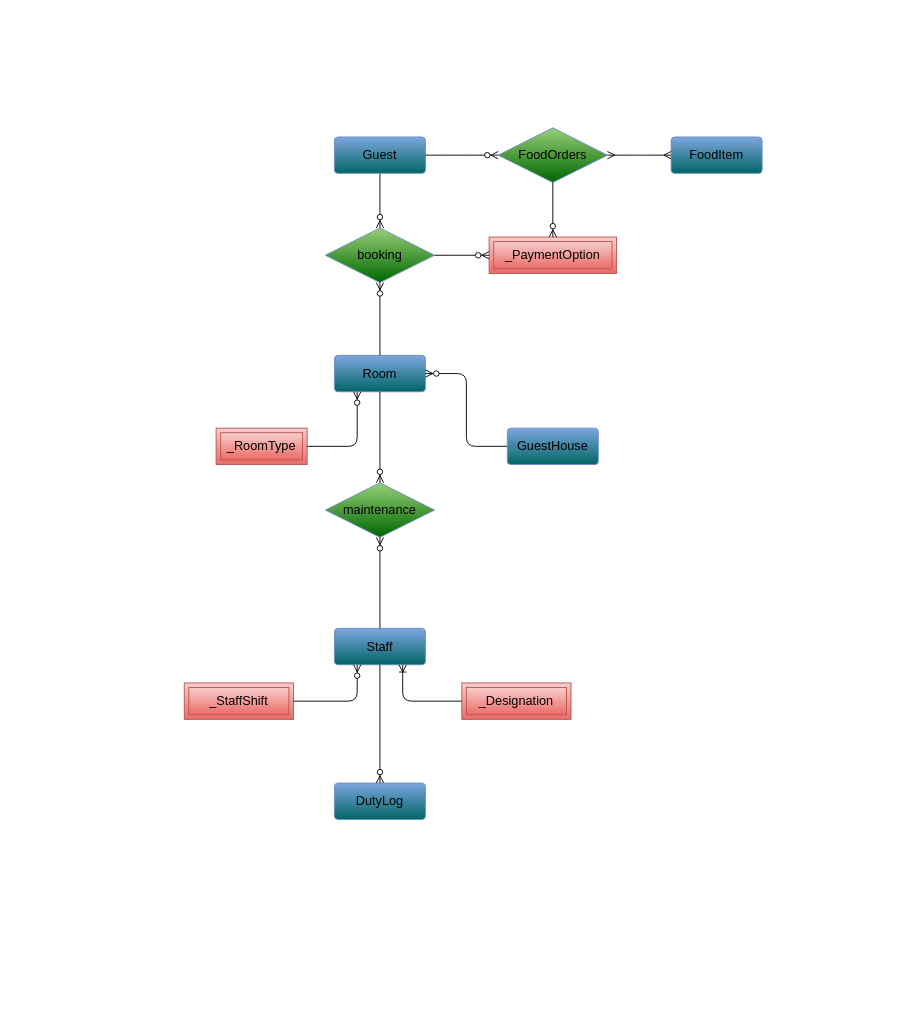
Above: page "GuestHouse Services ER" (1 of 2) of ER-diagram.drawio in RupakBiswas-2304/dbmsminiproject (draw.io), before the change. Source tidied: cells renumbered, new cells numbered last; positions are measured from the earlier drawing's top-left corner, leaving out a move shared by most shapes. Both pictures are drawn from the tidied source at 91%, with x=0, y=0 at pixel (184, 127).
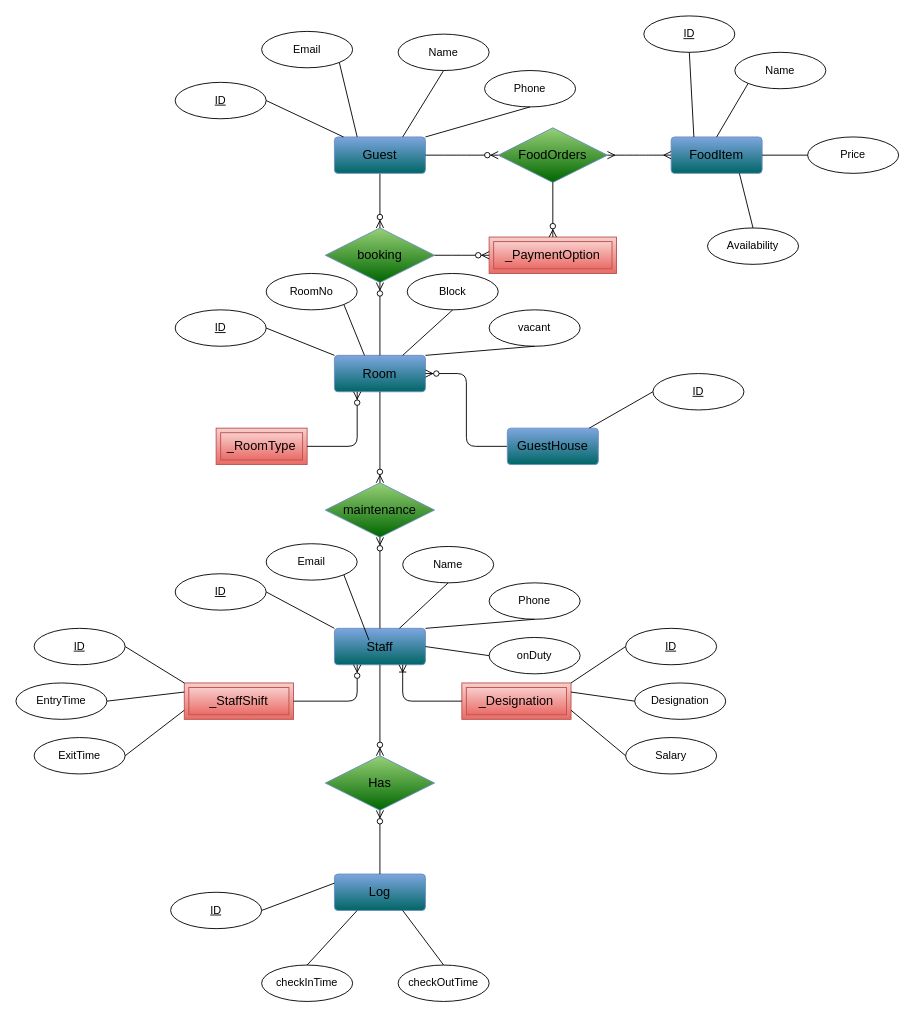
Above is the later version.

Commit message (it also covers changes not shown here):
er diagram for guesthouse

The change refers to these unchanged cells:
```xml
<mxCell id="2" value="Room" style="rounded=1;arcSize=10;whiteSpace=wrap;html=1;align=center;fillColor=#006666;strokeColor=#6c8ebf;fontFamily=JetBrains Mono;fontSize=14;gradientColor=#7EA6E0;gradientDirection=north;" parent="1" vertex="1">
  <mxGeometry x="165" y="250" width="100" height="40" as="geometry" />
</mxCell>
<mxCell id="9" value="Guest" style="rounded=1;arcSize=10;whiteSpace=wrap;html=1;align=center;fillColor=#006666;strokeColor=#6c8ebf;fontFamily=JetBrains Mono;fontSize=14;gradientColor=#7EA6E0;gradientDirection=north;" parent="1" vertex="1">
  <mxGeometry x="165" y="10" width="100" height="40" as="geometry" />
</mxCell>
<mxCell id="10" value="GuestHouse" style="rounded=1;arcSize=10;whiteSpace=wrap;html=1;align=center;fillColor=#006666;strokeColor=#6c8ebf;fontFamily=JetBrains Mono;fontSize=14;gradientColor=#7EA6E0;gradientDirection=north;" parent="1" vertex="1">
  <mxGeometry x="355" y="330" width="100" height="40" as="geometry" />
</mxCell>
<mxCell id="11" value="Staff" style="rounded=1;arcSize=10;whiteSpace=wrap;html=1;align=center;fillColor=#006666;strokeColor=#6c8ebf;fontFamily=JetBrains Mono;fontSize=14;gradientColor=#7EA6E0;gradientDirection=north;" parent="1" vertex="1">
  <mxGeometry x="165" y="550" width="100" height="40" as="geometry" />
</mxCell>
<mxCell id="15" value="_Designation&lt;br&gt;" style="shape=ext;margin=3;double=1;whiteSpace=wrap;html=1;align=center;fillColor=#f8cecc;strokeColor=#b85450;gradientDirection=south;gradientColor=#ea6b66;fontFamily=JetBrains Mono;fontStyle=0;fontSize=14;" parent="1" vertex="1">
  <mxGeometry x="305" y="610" width="120" height="40" as="geometry" />
</mxCell>
<mxCell id="17" value="_StaffShift" style="shape=ext;margin=3;double=1;whiteSpace=wrap;html=1;align=center;fillColor=#f8cecc;strokeColor=#b85450;gradientDirection=south;gradientColor=#ea6b66;fontFamily=JetBrains Mono;fontStyle=0;fontSize=14;" parent="1" vertex="1">
  <mxGeometry y="610" width="120" height="40" as="geometry" />
</mxCell>
<mxCell id="21" value="FoodItem" style="rounded=1;arcSize=10;whiteSpace=wrap;html=1;align=center;fillColor=#006666;strokeColor=#6c8ebf;fontFamily=JetBrains Mono;fontSize=14;gradientColor=#7EA6E0;gradientDirection=north;" parent="1" vertex="1">
  <mxGeometry x="535" y="10" width="100" height="40" as="geometry" />
</mxCell>
```

What changed in the source:
```diff
@@
-    <mxCell id="19" value="DutyLog" style="rounded=1;arcSize=10;whiteSpace=wrap;html=1;align=center;fillColor=#006666;strokeColor=#6c8ebf;fontFamily=JetBrains Mono;fontSize=14;gradientColor=#7EA6E0;gradientDirection=north;" parent="1" vertex="1">
-      <mxGeometry x="165" y="720" width="100" height="40" as="geometry" />
+    <mxCell id="19" value="Log" style="rounded=1;arcSize=10;whiteSpace=wrap;html=1;align=center;fillColor=#006666;strokeColor=#6c8ebf;fontFamily=JetBrains Mono;fontSize=14;gradientColor=#7EA6E0;gradientDirection=north;" parent="1" vertex="1">
+      <mxGeometry x="165" y="820" width="100" height="40" as="geometry" />
     </mxCell>
-    <mxCell id="20" style="edgeStyle=orthogonalEdgeStyle;fontSize=12;html=1;endArrow=ERzeroToMany;endFill=1;entryX=0.5;entryY=0;entryDx=0;entryDy=0;exitX=0.5;exitY=1;exitDx=0;exitDy=0;" parent="1" edge="1" source="11" target="19">
+    <mxCell id="20" style="edgeStyle=orthogonalEdgeStyle;fontSize=12;html=1;endArrow=ERzeroToMany;endFill=1;exitX=0.5;exitY=1;exitDx=0;exitDy=0;entryX=0.5;entryY=0;entryDx=0;entryDy=0;" parent="1" edge="1" source="11" target="44">
       <mxGeometry relative="1" as="geometry" />
     </mxCell>
@@
+    <mxCell id="28" value="ID" style="ellipse;whiteSpace=wrap;html=1;align=center;fontStyle=4;" parent="1" vertex="1">
+      <mxGeometry x="485" y="550" width="100" height="40" as="geometry" />
+    </mxCell>
+    <mxCell id="29" style="endArrow=none;html=1;rounded=0;entryX=0;entryY=0.5;entryDx=0;entryDy=0;exitX=1;exitY=0;exitDx=0;exitDy=0;" parent="1" edge="1" source="15" target="28">
+      <mxGeometry relative="1" as="geometry" />
+    </mxCell>
+    <mxCell id="30" value="ID" style="ellipse;whiteSpace=wrap;html=1;align=center;fontStyle=4;" parent="1" vertex="1">
+      <mxGeometry x="515" y="270" width="100" height="40" as="geometry" />
+    </mxCell>
+    <mxCell id="31" style="endArrow=none;html=1;rounded=0;entryX=0;entryY=0.5;entryDx=0;entryDy=0;exitX=0.9;exitY=0;exitDx=0;exitDy=0;exitPerimeter=0;" parent="1" edge="1" source="10" target="30">
+      <mxGeometry relative="1" as="geometry" />
+    </mxCell>
+    <mxCell id="32" value="Designation" style="ellipse;whiteSpace=wrap;html=1;align=center;" parent="1" vertex="1">
+      <mxGeometry x="495" y="610" width="100" height="40" as="geometry" />
+    </mxCell>
+    <mxCell id="33" style="endArrow=none;html=1;rounded=0;entryX=0;entryY=0.5;entryDx=0;entryDy=0;exitX=1;exitY=0.25;exitDx=0;exitDy=0;" parent="1" edge="1" source="15" target="32">
+      <mxGeometry relative="1" as="geometry" />
+    </mxCell>
+    <mxCell id="34" value="Salary" style="ellipse;whiteSpace=wrap;html=1;align=center;" parent="1" vertex="1">
+      <mxGeometry x="485" y="670" width="100" height="40" as="geometry" />
+    </mxCell>
+    <mxCell id="35" style="endArrow=none;html=1;rounded=0;entryX=0;entryY=0.5;entryDx=0;entryDy=0;exitX=1;exitY=0.75;exitDx=0;exitDy=0;" parent="1" edge="1" source="15" target="34">
+      <mxGeometry relative="1" as="geometry" />
+    </mxCell>
+    <mxCell id="36" value="ID" style="ellipse;whiteSpace=wrap;html=1;align=center;fontStyle=4;" parent="1" vertex="1">
+      <mxGeometry x="-165" y="550" width="100" height="40" as="geometry" />
+    </mxCell>
+    <mxCell id="37" style="endArrow=none;html=1;rounded=0;exitX=0;exitY=0;exitDx=0;exitDy=0;entryX=1;entryY=0.5;entryDx=0;entryDy=0;" parent="1" edge="1" source="17" target="36">
+      <mxGeometry relative="1" as="geometry" />
+    </mxCell>
+    <mxCell id="38" value="EntryTime" style="ellipse;whiteSpace=wrap;html=1;align=center;" parent="1" vertex="1">
+      <mxGeometry x="-185" y="610" width="100" height="40" as="geometry" />
+    </mxCell>
+    <mxCell id="39" style="endArrow=none;html=1;rounded=0;entryX=1;entryY=0.5;entryDx=0;entryDy=0;exitX=0;exitY=0.25;exitDx=0;exitDy=0;" parent="1" edge="1" source="17" target="38">
+      <mxGeometry relative="1" as="geometry" />
+    </mxCell>
+    <mxCell id="40" value="ExitTime" style="ellipse;whiteSpace=wrap;html=1;align=center;" parent="1" vertex="1">
+      <mxGeometry x="-165" y="670" width="100" height="40" as="geometry" />
+    </mxCell>
+    <mxCell id="41" style="endArrow=none;html=1;rounded=0;entryX=1;entryY=0.5;entryDx=0;entryDy=0;exitX=0;exitY=0.75;exitDx=0;exitDy=0;" parent="1" edge="1" source="17" target="40">
+      <mxGeometry relative="1" as="geometry" />
+    </mxCell>
+    <mxCell id="42" value="ID" style="ellipse;whiteSpace=wrap;html=1;align=center;fontStyle=4;" parent="1" vertex="1">
+      <mxGeometry x="-15" y="840" width="100" height="40" as="geometry" />
+    </mxCell>
+    <mxCell id="43" style="endArrow=none;html=1;rounded=0;exitX=0;exitY=0.25;exitDx=0;exitDy=0;entryX=1;entryY=0.5;entryDx=0;entryDy=0;" parent="1" edge="1" source="19" target="42">
+      <mxGeometry relative="1" as="geometry" />
+    </mxCell>
+    <mxCell id="44" value="Has" style="shape=rhombus;perimeter=rhombusPerimeter;whiteSpace=wrap;html=1;align=center;fillColor=#006600;strokeColor=#6c8ebf;fontFamily=JetBrains Mono;fontSize=14;gradientColor=#97D077;gradientDirection=north;" parent="1" vertex="1">
+      <mxGeometry x="155" y="690" width="120" height="60" as="geometry" />
+    </mxCell>
+    <mxCell id="45" style="edgeStyle=orthogonalEdgeStyle;fontSize=12;html=1;endArrow=ERzeroToMany;endFill=1;exitX=0.5;exitY=0;exitDx=0;exitDy=0;entryX=0.5;entryY=1;entryDx=0;entryDy=0;" parent="1" edge="1" source="19" target="44">
+      <mxGeometry relative="1" as="geometry" />
+    </mxCell>
+    <mxCell id="46" value="checkInTime" style="ellipse;whiteSpace=wrap;html=1;align=center;" parent="1" vertex="1">
+      <mxGeometry x="85" y="920" width="100" height="40" as="geometry" />
+    </mxCell>
+    <mxCell id="47" style="endArrow=none;html=1;rounded=0;exitX=0.25;exitY=1;exitDx=0;exitDy=0;entryX=0.5;entryY=0;entryDx=0;entryDy=0;" parent="1" edge="1" source="19" target="46">
+      <mxGeometry relative="1" as="geometry" />
+    </mxCell>
+    <mxCell id="48" value="checkOutTime" style="ellipse;whiteSpace=wrap;html=1;align=center;" parent="1" vertex="1">
+      <mxGeometry x="235" y="920" width="100" height="40" as="geometry" />
+    </mxCell>
+    <mxCell id="49" style="endArrow=none;html=1;rounded=0;exitX=0.75;exitY=1;exitDx=0;exitDy=0;entryX=0.5;entryY=0;entryDx=0;entryDy=0;" parent="1" edge="1" source="19" target="48">
+      <mxGeometry relative="1" as="geometry" />
+    </mxCell>
+    <mxCell id="50" value="ID" style="ellipse;whiteSpace=wrap;html=1;align=center;fontStyle=4;" parent="1" vertex="1">
+      <mxGeometry x="-10" y="490" width="100" height="40" as="geometry" />
+    </mxCell>
+    <mxCell id="51" style="endArrow=none;html=1;rounded=0;exitX=0;exitY=0;exitDx=0;exitDy=0;entryX=1;entryY=0.5;entryDx=0;entryDy=0;" parent="1" edge="1" source="11" target="50">
+      <mxGeometry relative="1" as="geometry" />
+    </mxCell>
+    <mxCell id="52" value="Name" style="ellipse;whiteSpace=wrap;html=1;align=center;" parent="1" vertex="1">
+      <mxGeometry x="240" y="460" width="100" height="40" as="geometry" />
+    </mxCell>
+    <mxCell id="53" style="endArrow=none;html=1;rounded=0;entryX=0.5;entryY=1;entryDx=0;entryDy=0;" parent="1" edge="1" source="11" target="52">
+      <mxGeometry relative="1" as="geometry" />
+    </mxCell>
+    <mxCell id="54" value="Email" style="ellipse;whiteSpace=wrap;html=1;align=center;" parent="1" vertex="1">
+      <mxGeometry x="90" y="457" width="100" height="40" as="geometry" />
+    </mxCell>
+    <mxCell id="55" style="endArrow=none;html=1;rounded=0;entryX=1;entryY=1;entryDx=0;entryDy=0;exitX=0.33;exitY=-0.1;exitDx=0;exitDy=0;exitPerimeter=0;" parent="1" edge="1" target="54">
+      <mxGeometry relative="1" as="geometry">
+        <mxPoint x="203" y="563" as="sourcePoint" />
+      </mxGeometry>
+    </mxCell>
+    <mxCell id="56" value="Phone" style="ellipse;whiteSpace=wrap;html=1;align=center;" parent="1" vertex="1">
+      <mxGeometry x="335" y="500" width="100" height="40" as="geometry" />
+    </mxCell>
+    <mxCell id="57" style="endArrow=none;html=1;rounded=0;entryX=0.5;entryY=1;entryDx=0;entryDy=0;exitX=1;exitY=0;exitDx=0;exitDy=0;" parent="1" edge="1" source="11" target="56">
+      <mxGeometry relative="1" as="geometry" />
+    </mxCell>
+    <mxCell id="58" value="onDuty" style="ellipse;whiteSpace=wrap;html=1;align=center;" parent="1" vertex="1">
+      <mxGeometry x="335" y="560" width="100" height="40" as="geometry" />
+    </mxCell>
+    <mxCell id="59" style="endArrow=none;html=1;rounded=0;entryX=0;entryY=0.5;entryDx=0;entryDy=0;exitX=1;exitY=0.5;exitDx=0;exitDy=0;" parent="1" edge="1" source="11" target="58">
+      <mxGeometry relative="1" as="geometry" />
+    </mxCell>
+    <mxCell id="60" value="ID" style="ellipse;whiteSpace=wrap;html=1;align=center;fontStyle=4;" parent="1" vertex="1">
+      <mxGeometry x="-10" y="200" width="100" height="40" as="geometry" />
+    </mxCell>
+    <mxCell id="61" style="endArrow=none;html=1;rounded=0;exitX=0;exitY=0;exitDx=0;exitDy=0;entryX=1;entryY=0.5;entryDx=0;entryDy=0;" parent="1" edge="1" source="2" target="60">
+      <mxGeometry relative="1" as="geometry" />
+    </mxCell>
+    <mxCell id="62" value="Block" style="ellipse;whiteSpace=wrap;html=1;align=center;" parent="1" vertex="1">
+      <mxGeometry x="245" y="160" width="100" height="40" as="geometry" />
+    </mxCell>
+    <mxCell id="63" style="endArrow=none;html=1;rounded=0;entryX=0.5;entryY=1;entryDx=0;entryDy=0;exitX=0.75;exitY=0;exitDx=0;exitDy=0;" parent="1" edge="1" source="2" target="62">
+      <mxGeometry relative="1" as="geometry" />
+    </mxCell>
+    <mxCell id="64" value="RoomNo" style="ellipse;whiteSpace=wrap;html=1;align=center;" parent="1" vertex="1">
+      <mxGeometry x="90" y="160" width="100" height="40" as="geometry" />
+    </mxCell>
+    <mxCell id="65" style="endArrow=none;html=1;rounded=0;entryX=1;entryY=1;entryDx=0;entryDy=0;" parent="1" edge="1" target="64">
+      <mxGeometry relative="1" as="geometry">
+        <mxPoint x="198" y="250" as="sourcePoint" />
+      </mxGeometry>
+    </mxCell>
+    <mxCell id="66" value="vacant" style="ellipse;whiteSpace=wrap;html=1;align=center;" parent="1" vertex="1">
+      <mxGeometry x="335" y="200" width="100" height="40" as="geometry" />
+    </mxCell>
+    <mxCell id="67" style="endArrow=none;html=1;rounded=0;entryX=0.5;entryY=1;entryDx=0;entryDy=0;exitX=1;exitY=0;exitDx=0;exitDy=0;" parent="1" edge="1" source="2" target="66">
+      <mxGeometry relative="1" as="geometry" />
+    </mxCell>
+    <mxCell id="68" value="ID" style="ellipse;whiteSpace=wrap;html=1;align=center;fontStyle=4;" parent="1" vertex="1">
+      <mxGeometry x="-10" y="-50" width="100" height="40" as="geometry" />
+    </mxCell>
+    <mxCell id="69" style="endArrow=none;html=1;rounded=0;exitX=0.1;exitY=0;exitDx=0;exitDy=0;entryX=1;entryY=0.5;entryDx=0;entryDy=0;exitPerimeter=0;" parent="1" edge="1" source="9" target="68">
+      <mxGeometry relative="1" as="geometry" />
+    </mxCell>
+    <mxCell id="70" value="Name" style="ellipse;whiteSpace=wrap;html=1;align=center;" parent="1" vertex="1">
+      <mxGeometry x="235" y="-103" width="100" height="40" as="geometry" />
+    </mxCell>
+    <mxCell id="71" style="endArrow=none;html=1;rounded=0;entryX=0.5;entryY=1;entryDx=0;entryDy=0;exitX=0.75;exitY=0;exitDx=0;exitDy=0;" parent="1" edge="1" source="9" target="70">
+      <mxGeometry relative="1" as="geometry" />
+    </mxCell>
+    <mxCell id="72" value="Email" style="ellipse;whiteSpace=wrap;html=1;align=center;" parent="1" vertex="1">
+      <mxGeometry x="85" y="-106" width="100" height="40" as="geometry" />
+    </mxCell>
+    <mxCell id="73" style="endArrow=none;html=1;rounded=0;entryX=1;entryY=1;entryDx=0;entryDy=0;exitX=0.25;exitY=0;exitDx=0;exitDy=0;" parent="1" edge="1" source="9" target="72">
+      <mxGeometry relative="1" as="geometry" />
+    </mxCell>
+    <mxCell id="74" value="Phone" style="ellipse;whiteSpace=wrap;html=1;align=center;" parent="1" vertex="1">
+      <mxGeometry x="330" y="-63" width="100" height="40" as="geometry" />
+    </mxCell>
+    <mxCell id="75" style="endArrow=none;html=1;rounded=0;entryX=0.5;entryY=1;entryDx=0;entryDy=0;exitX=1;exitY=0;exitDx=0;exitDy=0;" parent="1" edge="1" source="9" target="74">
+      <mxGeometry relative="1" as="geometry" />
+    </mxCell>
+    <mxCell id="76" value="ID" style="ellipse;whiteSpace=wrap;html=1;align=center;fontStyle=4;" parent="1" vertex="1">
+      <mxGeometry x="505" y="-123" width="100" height="40" as="geometry" />
+    </mxCell>
+    <mxCell id="77" style="endArrow=none;html=1;rounded=0;exitX=0.25;exitY=0;exitDx=0;exitDy=0;entryX=0.5;entryY=1;entryDx=0;entryDy=0;" parent="1" edge="1" source="21" target="76">
+      <mxGeometry relative="1" as="geometry" />
+    </mxCell>
+    <mxCell id="78" value="Price" style="ellipse;whiteSpace=wrap;html=1;align=center;" parent="1" vertex="1">
+      <mxGeometry x="685" y="10" width="100" height="40" as="geometry" />
+    </mxCell>
+    <mxCell id="79" style="endArrow=none;html=1;rounded=0;entryX=0;entryY=0.5;entryDx=0;entryDy=0;exitX=1;exitY=0.5;exitDx=0;exitDy=0;" parent="1" edge="1" source="21" target="78">
+      <mxGeometry relative="1" as="geometry" />
+    </mxCell>
+    <mxCell id="80" value="Name" style="ellipse;whiteSpace=wrap;html=1;align=center;" parent="1" vertex="1">
+      <mxGeometry x="605" y="-83" width="100" height="40" as="geometry" />
+    </mxCell>
+    <mxCell id="81" style="endArrow=none;html=1;rounded=0;entryX=0;entryY=1;entryDx=0;entryDy=0;exitX=0.5;exitY=0;exitDx=0;exitDy=0;" parent="1" edge="1" source="21" target="80">
+      <mxGeometry relative="1" as="geometry" />
+    </mxCell>
+    <mxCell id="82" value="Availability" style="ellipse;whiteSpace=wrap;html=1;align=center;" parent="1" vertex="1">
+      <mxGeometry x="575" y="110" width="100" height="40" as="geometry" />
+    </mxCell>
+    <mxCell id="83" style="endArrow=none;html=1;rounded=0;entryX=0.5;entryY=0;entryDx=0;entryDy=0;exitX=0.75;exitY=1;exitDx=0;exitDy=0;" parent="1" edge="1" source="21" target="82">
+      <mxGeometry relative="1" as="geometry" />
+    </mxCell>
```
